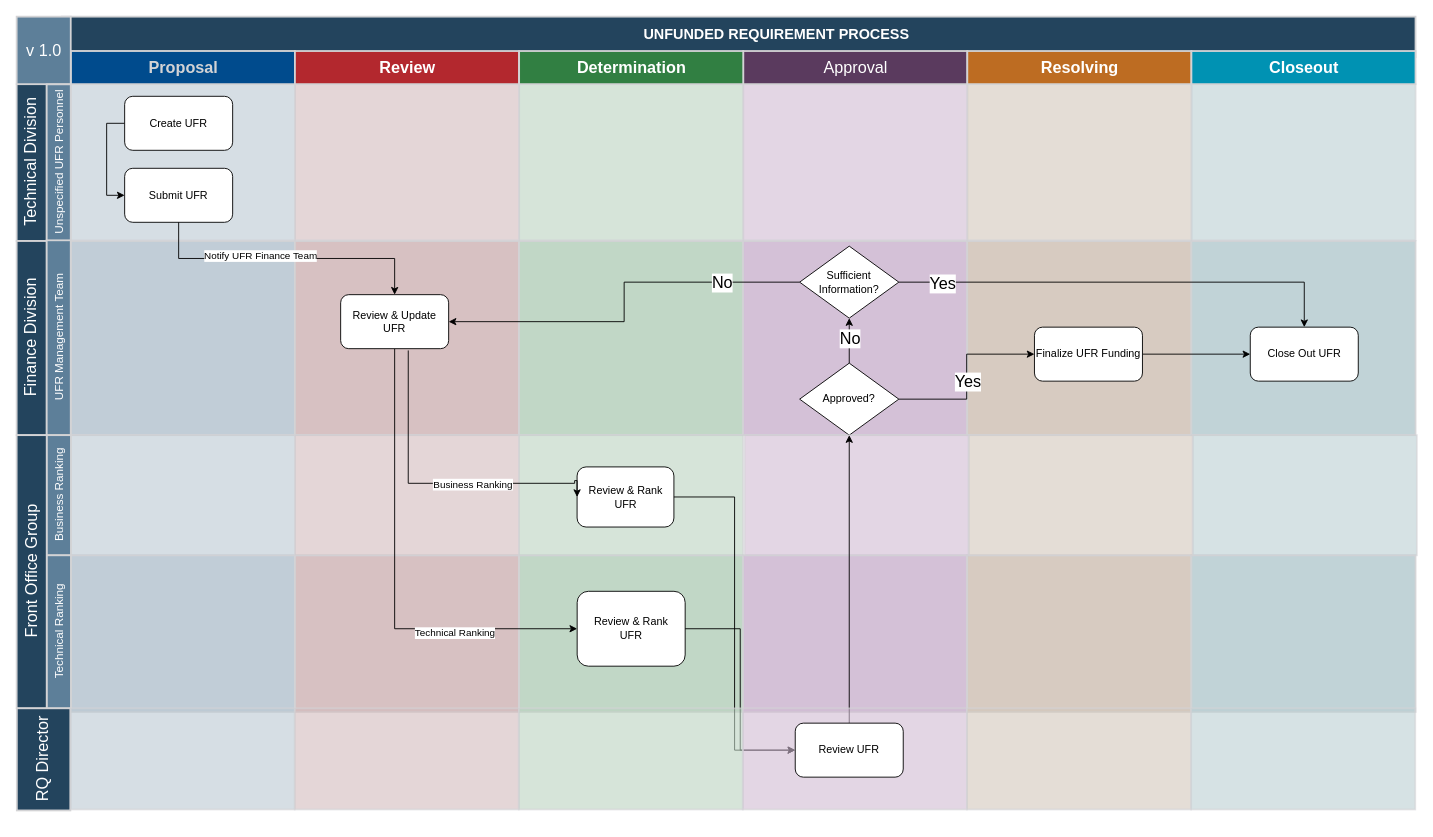
Above: drawio/UFR_Process.drawio in mmister411/afrl (draw.io), before the change. Source tidied: cells renumbered, new cells numbered last; positions are measured from the earlier drawing's top-left corner, leaving out a move shared by most shapes. Both pictures are drawn from the tidied source at 90%, with x=0, y=0 at pixel (16, 16).
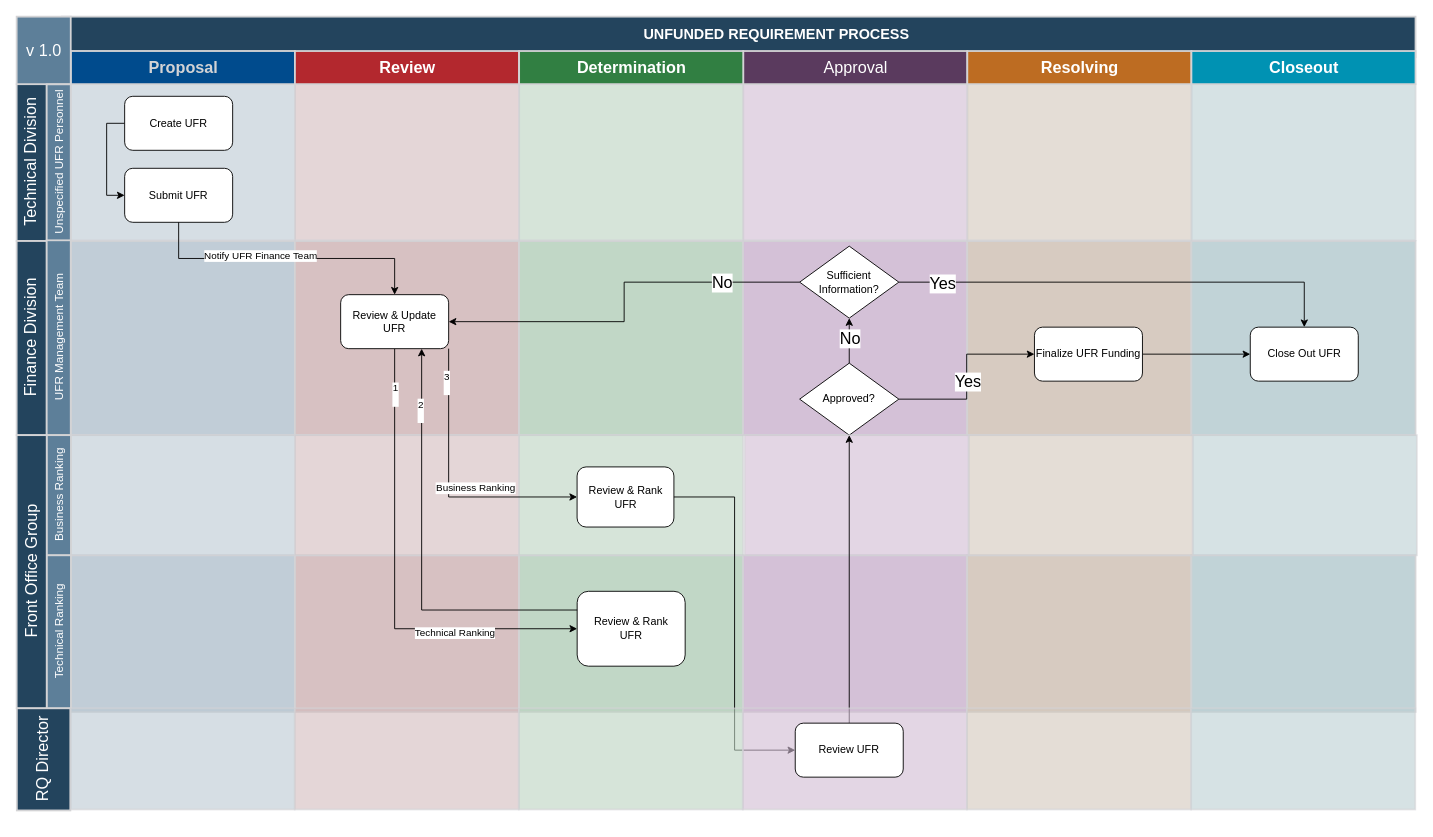
The same page after the edit.

The change refers to these unchanged cells:
```xml
<mxCell id="20" value="Review &amp;amp; Rank&lt;div&gt;UFR&lt;/div&gt;" style="rounded=1;whiteSpace=wrap;html=1;" parent="13" vertex="1">
  <mxGeometry x="562.5" y="40" width="120" height="83.2" as="geometry" />
</mxCell>
<mxCell id="28" value="Review &amp;amp; Rank UFR" style="rounded=1;whiteSpace=wrap;html=1;" parent="21" vertex="1">
  <mxGeometry x="562.4" y="35.3" width="107.6" height="66.8" as="geometry" />
</mxCell>
<mxCell id="45" style="edgeStyle=orthogonalEdgeStyle;rounded=0;jettySize=auto;html=1;exitX=0.5;exitY=1;exitDx=0;exitDy=0;entryX=0;entryY=0.5;entryDx=0;entryDy=0;" parent="1" edge="1" source="57" target="20">
  <mxGeometry relative="1" as="geometry" />
</mxCell>
<mxCell id="57" value="Review &amp;amp; Update&lt;div&gt;UFR&lt;/div&gt;" style="rounded=1;whiteSpace=wrap;html=1;" parent="1" vertex="1">
  <mxGeometry x="360" y="308.9" width="120" height="60" as="geometry" />
</mxCell>
<mxCell id="83" value="Review UFR" style="rounded=1;whiteSpace=wrap;html=1;" parent="82" vertex="1">
  <mxGeometry x="815.1" y="11" width="120" height="60" as="geometry" />
</mxCell>
```

What changed in the source:
```diff
@@
-    <mxCell id="43" style="edgeStyle=orthogonalEdgeStyle;rounded=0;jettySize=auto;html=1;exitX=0.626;exitY=1.033;exitDx=0;exitDy=0;exitPerimeter=0;entryX=0;entryY=0.5;entryDx=0;entryDy=0;" parent="1" edge="1" source="57" target="28">
-      <mxGeometry relative="1" as="geometry">
-        <Array as="points">
-          <mxPoint x="435" y="518.5" />
-          <mxPoint x="620" y="518.5" />
-          <mxPoint x="620" y="515.5" />
-        </Array>
-      </mxGeometry>
+    <mxCell id="43" style="edgeStyle=orthogonalEdgeStyle;rounded=0;jettySize=auto;html=1;exitX=1;exitY=1;exitDx=0;exitDy=0;entryX=0;entryY=0.5;entryDx=0;entryDy=0;" parent="1" edge="1" source="57" target="28">
+      <mxGeometry relative="1" as="geometry" />
     </mxCell>
     <mxCell id="44" value="Business Ranking" style="edgeLabel;html=1;align=center;verticalAlign=middle;" parent="43" vertex="1">
-      <mxGeometry x="0.23" y="-1" relative="1" as="geometry" />
+      <mxGeometry x="0.23" y="-1" relative="1" as="geometry">
+        <mxPoint x="5" y="-11" as="offset" />
+      </mxGeometry>
     </mxCell>
+    <mxCell id="84" value="3&lt;div&gt;&lt;br&gt;&lt;/div&gt;" style="edgeLabel;html=1;align=center;verticalAlign=middle;" parent="43" vertex="1">
+      <mxGeometry x="-0.75" y="-3" relative="1" as="geometry" />
+    </mxCell>
@@
-    <mxCell id="47" style="edgeStyle=orthogonalEdgeStyle;rounded=0;jettySize=auto;html=1;exitX=1;exitY=0.5;exitDx=0;exitDy=0;entryX=0;entryY=0.5;entryDx=0;entryDy=0;" parent="1" edge="1" source="20" target="83">
-      <mxGeometry relative="1" as="geometry" />
-    </mxCell>
+    <mxCell id="85" value="1&lt;div&gt;&lt;br&gt;&lt;/div&gt;" style="edgeLabel;html=1;align=center;verticalAlign=middle;" parent="45" vertex="1">
+      <mxGeometry x="-0.8" y="4" relative="1" as="geometry">
+        <mxPoint x="-4" as="offset" />
+      </mxGeometry>
+    </mxCell>
@@
+    <mxCell id="86" style="edgeStyle=orthogonalEdgeStyle;rounded=0;jettySize=auto;html=1;entryX=0.75;entryY=1;entryDx=0;entryDy=0;exitX=0;exitY=0.25;exitDx=0;exitDy=0;" parent="1" edge="1" source="20" target="57">
+      <mxGeometry relative="1" as="geometry" />
+    </mxCell>
+    <mxCell id="87" value="2&lt;div&gt;&lt;br&gt;&lt;/div&gt;" style="edgeLabel;html=1;align=center;verticalAlign=middle;" parent="86" vertex="1">
+      <mxGeometry x="0.7" y="2" relative="1" as="geometry">
+        <mxPoint y="-1" as="offset" />
+      </mxGeometry>
+    </mxCell>
```
